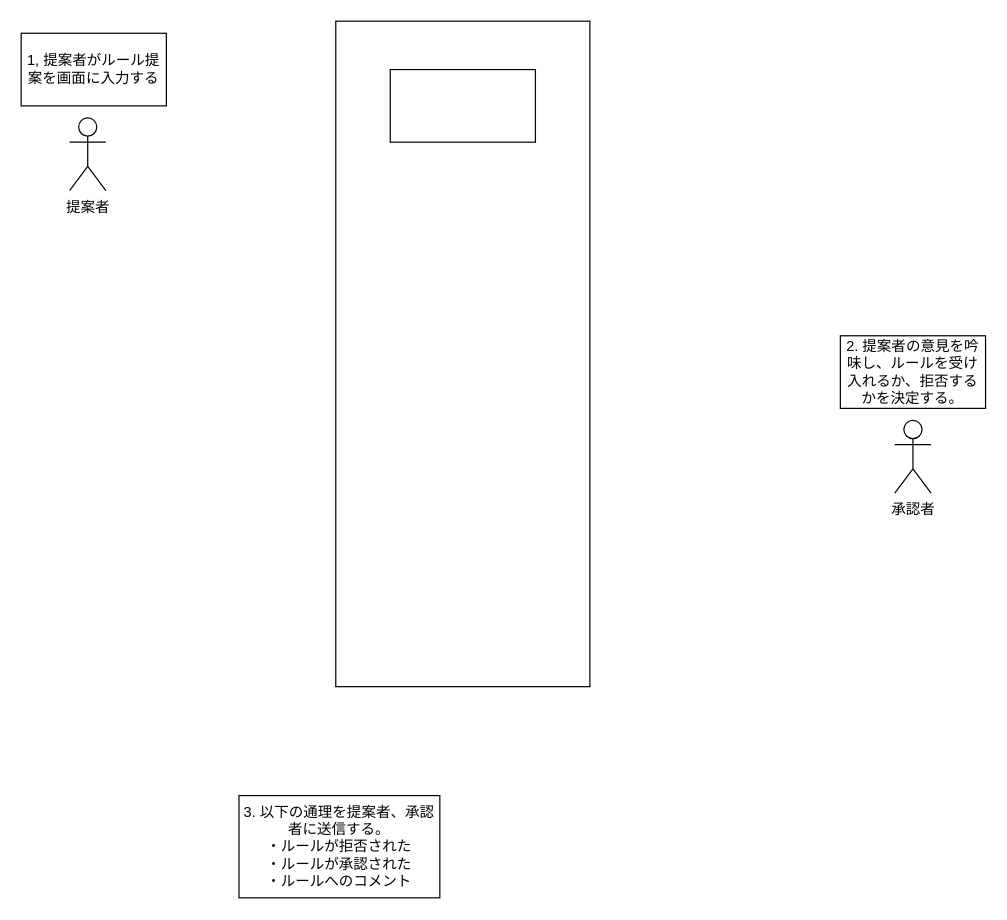
Earlier version of the draw.io diagram page "ルール提案システム" (1 of 3) of docs/diagrams/usecase-diagram.drawio (Kota-Yamaguchi/home-rule-management). Source tidied: cells renumbered, new cells numbered last; positions are measured from the earlier drawing's top-left corner, leaving out a move shared by most shapes. Both pictures are drawn from the tidied source at 121%, with x=0, y=0 at pixel (21, 21).
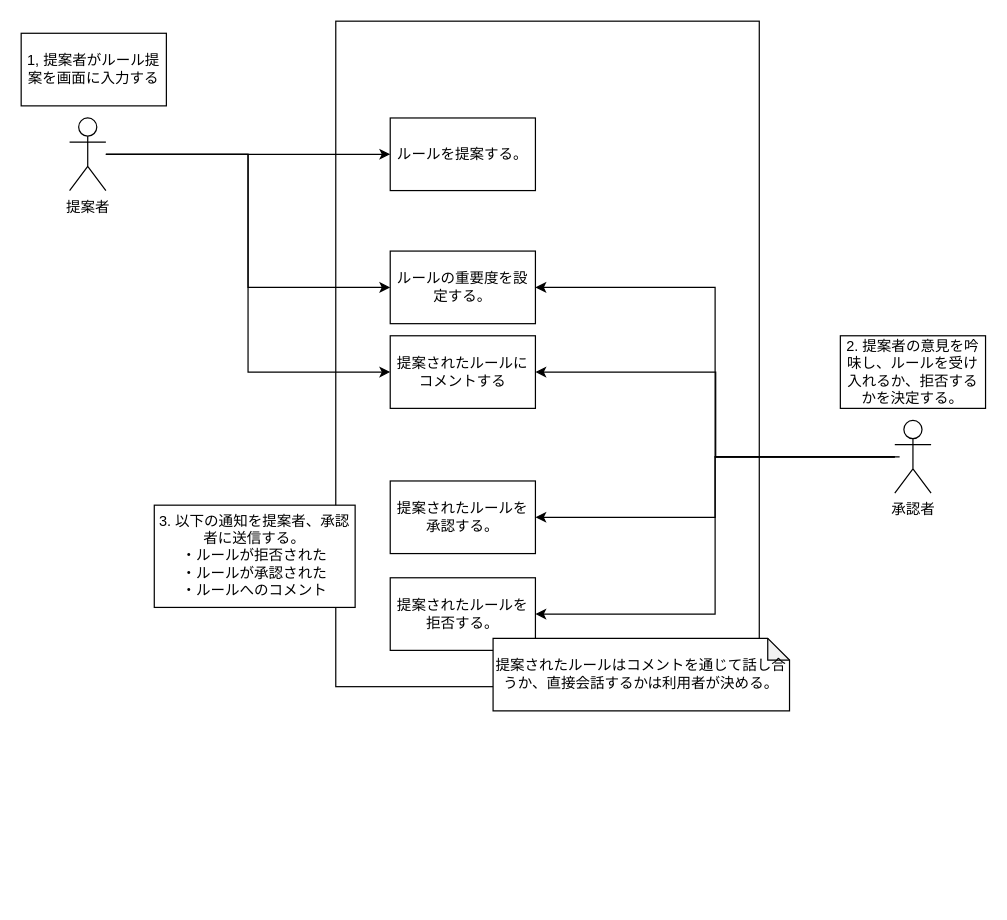
The same page after the edit.

The change refers to these unchanged cells:
```xml
<mxCell id="2" value="提案者" style="shape=umlActor;verticalLabelPosition=bottom;verticalAlign=top;html=1;outlineConnect=0;" parent="1" vertex="1">
  <mxGeometry x="40" y="80" width="30" height="60" as="geometry" />
</mxCell>
<mxCell id="3" value="承認者" style="shape=umlActor;verticalLabelPosition=bottom;verticalAlign=top;html=1;outlineConnect=0;" parent="1" vertex="1">
  <mxGeometry x="722" y="330" width="30" height="60" as="geometry" />
</mxCell>
```

The edit, as a diff of the source:
```diff
@@
+    <mxCell id="7" style="rounded=0;whiteSpace=wrap;html=1;" parent="1" vertex="1">
+      <mxGeometry x="260" width="350" height="550" as="geometry" />
+    </mxCell>
+    <mxCell id="9" style="edgeStyle=orthogonalEdgeStyle;rounded=0;jettySize=auto;html=1;entryX=0;entryY=0.5;entryDx=0;entryDy=0;fontFamily=Helvetica;fontSize=12;fontColor=default;" parent="1" edge="1" source="2" target="17">
+      <mxGeometry relative="1" as="geometry" />
+    </mxCell>
+    <mxCell id="10" style="edgeStyle=orthogonalEdgeStyle;rounded=0;jettySize=auto;html=1;entryX=0;entryY=0.5;entryDx=0;entryDy=0;fontFamily=Helvetica;fontSize=12;fontColor=default;" parent="1" edge="1" source="2" target="19">
+      <mxGeometry relative="1" as="geometry" />
+    </mxCell>
@@
+    <mxCell id="11" style="edgeStyle=orthogonalEdgeStyle;rounded=0;jettySize=auto;html=1;fontFamily=Helvetica;fontSize=12;fontColor=default;entryX=1;entryY=0.5;entryDx=0;entryDy=0;" parent="1" edge="1" target="17">
+      <mxGeometry relative="1" as="geometry">
+        <mxPoint x="726" y="360" as="sourcePoint" />
+        <Array as="points">
+          <mxPoint x="574" y="360" />
+          <mxPoint x="574" y="290" />
+        </Array>
+      </mxGeometry>
+    </mxCell>
+    <mxCell id="12" style="edgeStyle=orthogonalEdgeStyle;rounded=0;jettySize=auto;html=1;entryX=1;entryY=0.5;entryDx=0;entryDy=0;fontFamily=Helvetica;fontSize=12;fontColor=default;" parent="1" edge="1" source="3" target="15">
+      <mxGeometry relative="1" as="geometry" />
+    </mxCell>
+    <mxCell id="13" style="edgeStyle=orthogonalEdgeStyle;rounded=0;jettySize=auto;html=1;entryX=1;entryY=0.5;entryDx=0;entryDy=0;fontFamily=Helvetica;fontSize=12;fontColor=default;" parent="1" edge="1" source="3" target="16">
+      <mxGeometry relative="1" as="geometry" />
+    </mxCell>
+    <mxCell id="14" style="edgeStyle=orthogonalEdgeStyle;rounded=0;jettySize=auto;html=1;entryX=1;entryY=0.5;entryDx=0;entryDy=0;fontFamily=Helvetica;fontSize=12;fontColor=default;" parent="1" edge="1" source="3" target="19">
+      <mxGeometry relative="1" as="geometry" />
+    </mxCell>
@@
-    <mxCell id="6" value="3. 以下の通理を提案者、承認者に送信する。&lt;br&gt;・ルールが拒否された&lt;br&gt;・ルールが承認された&lt;br&gt;・ルールへのコメント" style="rounded=0;whiteSpace=wrap;html=1;" parent="1" vertex="1">
-      <mxGeometry x="180" y="640" width="166" height="84.5" as="geometry" />
+    <mxCell id="6" value="3. 以下の通知を提案者、承認者に送信する。&lt;br&gt;・ルールが拒否された&lt;br&gt;・ルールが承認された&lt;br&gt;・ルールへのコメント" style="rounded=0;whiteSpace=wrap;html=1;" parent="1" vertex="1">
+      <mxGeometry x="110" y="400" width="166" height="84.5" as="geometry" />
     </mxCell>
-    <mxCell id="7" style="rounded=0;whiteSpace=wrap;html=1;" parent="1" vertex="1">
-      <mxGeometry x="260" width="210" height="550" as="geometry" />
-    </mxCell>
-    <mxCell id="8" style="rounded=0;whiteSpace=wrap;html=1;" parent="1" vertex="1">
-      <mxGeometry x="305" y="40" width="120" height="60" as="geometry" />
+    <mxCell id="8" value="ルールを提案する。" style="rounded=0;whiteSpace=wrap;html=1;" parent="1" vertex="1">
+      <mxGeometry x="305" y="80" width="120" height="60" as="geometry" />
     </mxCell>
+    <mxCell id="15" value="提案されたルールを承認する。" style="rounded=0;whiteSpace=wrap;html=1;" parent="1" vertex="1">
+      <mxGeometry x="305" y="380" width="120" height="60" as="geometry" />
+    </mxCell>
+    <mxCell id="16" value="提案されたルールを拒否する。" style="rounded=0;whiteSpace=wrap;html=1;" parent="1" vertex="1">
+      <mxGeometry x="305" y="460" width="120" height="60" as="geometry" />
+    </mxCell>
+    <mxCell id="17" value="提案されたルールにコメントする" style="rounded=0;whiteSpace=wrap;html=1;" parent="1" vertex="1">
+      <mxGeometry x="305" y="260" width="120" height="60" as="geometry" />
+    </mxCell>
+    <mxCell id="18" style="edgeStyle=orthogonalEdgeStyle;rounded=0;jettySize=auto;html=1;entryX=0;entryY=0.5;entryDx=0;entryDy=0;fontFamily=Helvetica;fontSize=12;fontColor=default;" parent="1" edge="1" source="2" target="8">
+      <mxGeometry relative="1" as="geometry" />
+    </mxCell>
+    <mxCell id="19" value="ルールの重要度を設定する。" style="rounded=0;whiteSpace=wrap;html=1;" parent="1" vertex="1">
+      <mxGeometry x="305" y="190" width="120" height="60" as="geometry" />
+    </mxCell>
+    <mxCell id="20" value="提案されたルールはコメントを通じて話し合うか、直接会話するかは利用者が決める。" style="shape=note;whiteSpace=wrap;html=1;backgroundOutline=1;darkOpacity=0.05;rounded=0;fontFamily=Helvetica;fontSize=12;fontColor=default;strokeColor=default;fillColor=default;size=18;" parent="1" vertex="1">
+      <mxGeometry x="390" y="510" width="245" height="60" as="geometry" />
+    </mxCell>
```
